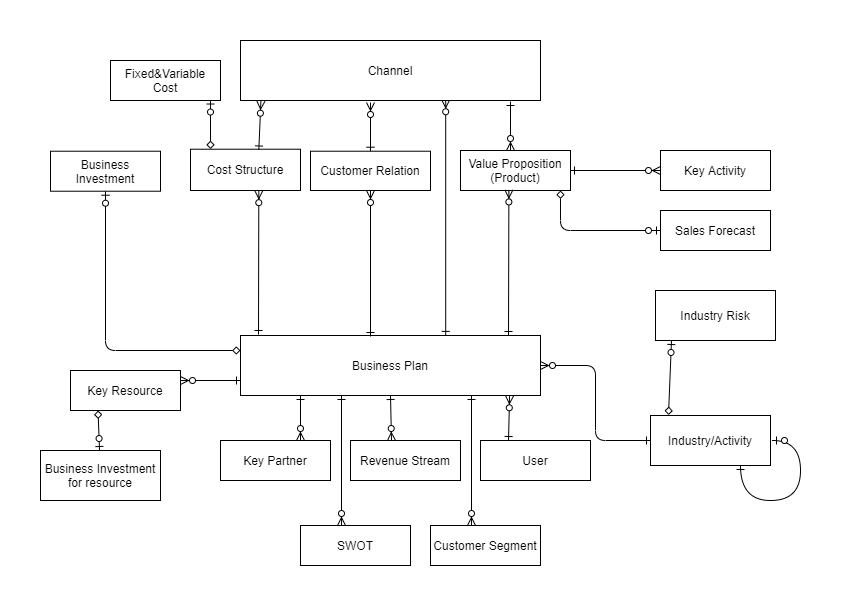
Before: INFO/BO_model.png, a diagram exported from draw.io (KABADATeam/KABADA-API). Source tidied: cells renumbered, new cells last; positions are measured from the earlier drawing's top-left corner, leaving out a move shared by most shapes.
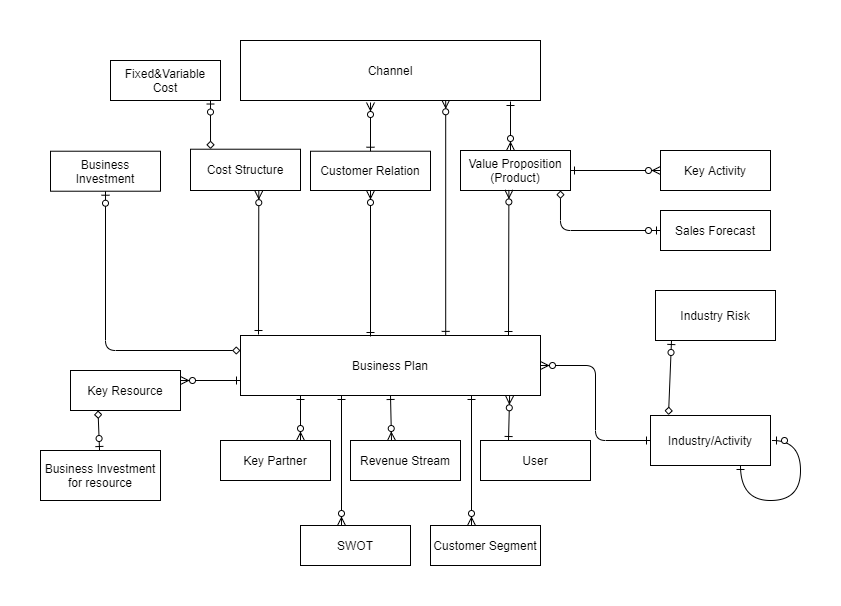
Above is the later version.

The edit, as a diff of the source:
```diff
@@ -47,9 +47,6 @@
     <mxCell id="13" value="Cost Structure" style="rounded=0;whiteSpace=wrap;html=1;" parent="1" vertex="1">
       <mxGeometry x="150" y="108.7" width="110" height="41.3" as="geometry" />
     </mxCell>
-    <mxCell id="14" style="endArrow=ERzeroToMany;startArrow=ERone;endFill=1;startFill=0;exitX=0.621;exitY=0.018;exitDx=0;exitDy=0;exitPerimeter=0;entryX=0.068;entryY=1.012;entryDx=0;entryDy=0;entryPerimeter=0;" parent="1" edge="1" source="13" target="5">
-      <mxGeometry x="170" y="208" as="geometry" />
-    </mxCell>
     <mxCell id="15" style="endArrow=ERzeroToMany;startArrow=ERone;endFill=1;startFill=0;entryX=0.621;entryY=1.004;entryDx=0;entryDy=0;entryPerimeter=0;" parent="1" edge="1" target="13">
       <mxGeometry x="170" y="208" as="geometry">
         <mxPoint x="218" y="294" as="sourcePoint" />
```
